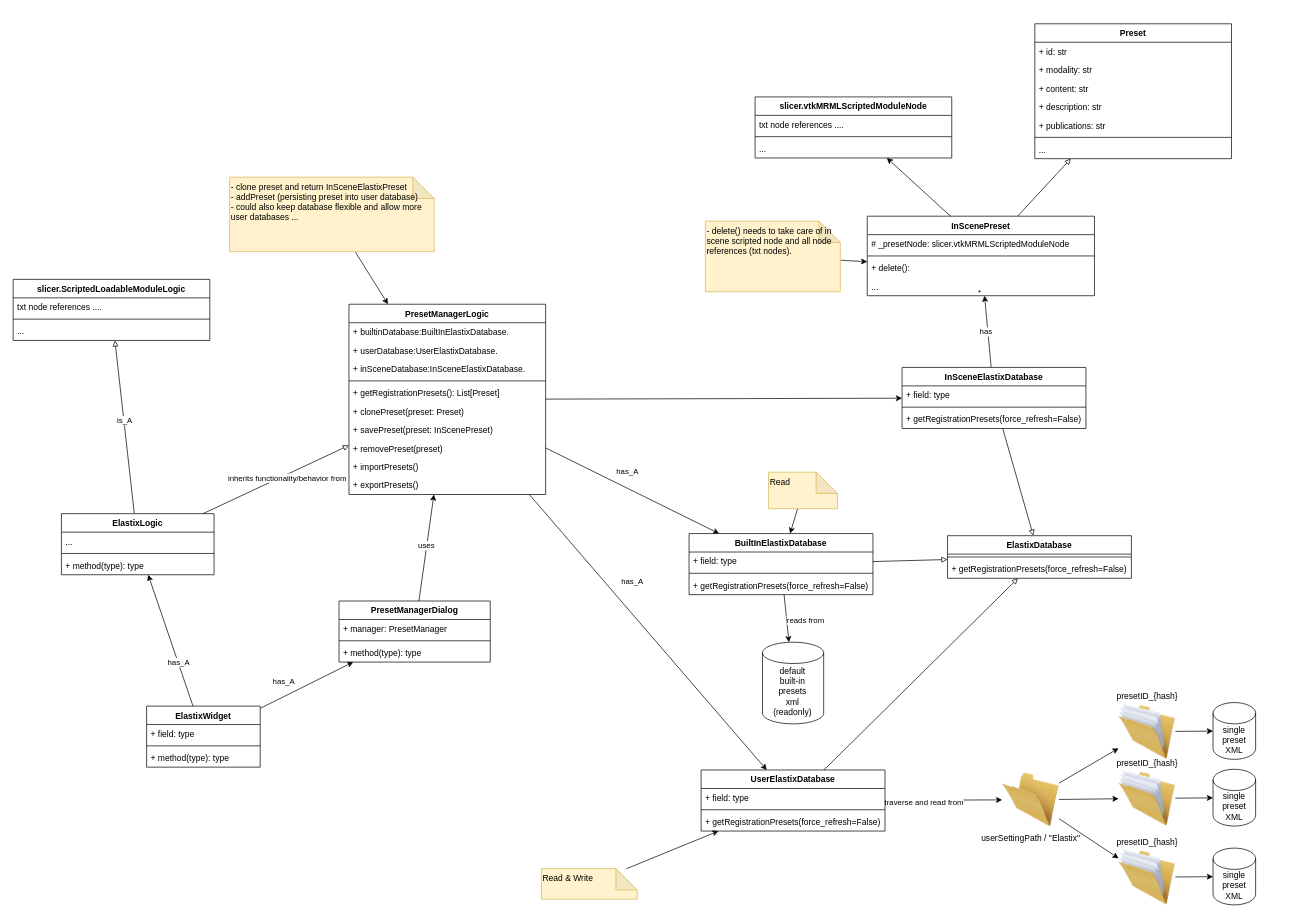
Above: Doc/SlicerElastix.drawio in che85/SlicerElastix (draw.io), before the change. Source tidied: cells renumbered, new cells numbered last; positions are measured from the earlier drawing's top-left corner, leaving out a move shared by most shapes. Both pictures are drawn from the tidied source at 71%, with x=0, y=0 at pixel (13, 23).
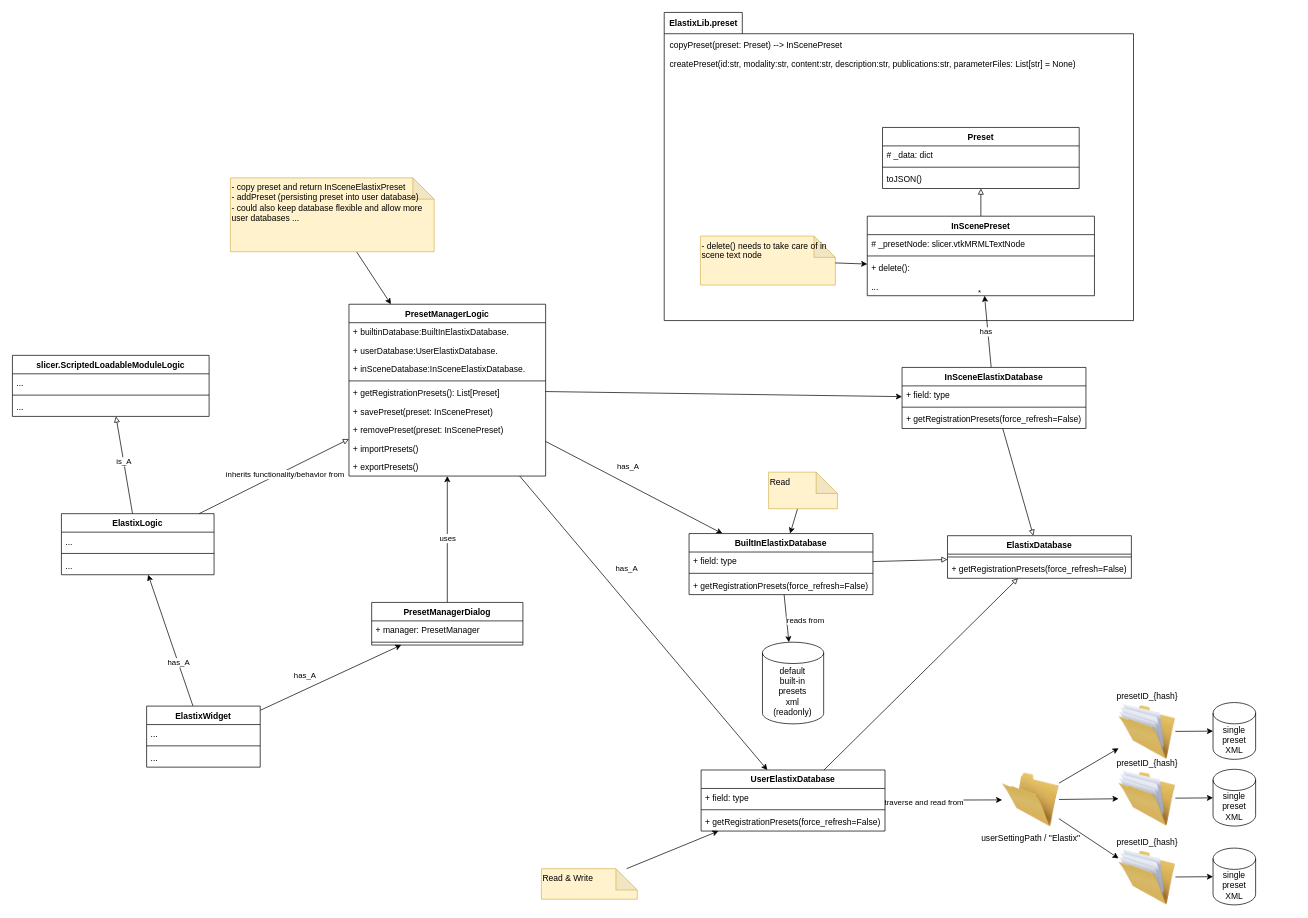
The same page after the edit.

Commit message (it also covers changes not shown here):
ENH: refresh preset name if modality or content changed

The change refers to these unchanged cells:
```xml
<mxCell id="4" value="ElastixLogic" style="swimlane;fontStyle=1;align=center;verticalAlign=top;horizontal=1;startSize=26;" parent="1" vertex="1">
  <mxGeometry x="68" y="690" width="215" height="86" as="geometry" />
</mxCell>
<mxCell id="19" value="ElastixWidget" style="swimlane;fontStyle=1;align=center;verticalAlign=top;horizontal=1;startSize=26;" parent="1" vertex="1">
  <mxGeometry x="188" y="961" width="160" height="86" as="geometry" />
</mxCell>
<mxCell id="94" value="InScenePreset" style="swimlane;fontStyle=1;align=center;verticalAlign=top;horizontal=1;startSize=26;" parent="1" vertex="1">
  <mxGeometry x="1203" y="271" width="320" height="112" as="geometry" />
</mxCell>
```

Diff of the diagram source:
```diff
@@
+    <mxCell id="113" value="ElastixLib.preset" style="shape=folder;fontStyle=1;tabWidth=110;tabHeight=30;tabPosition=left;html=1;boundedLbl=1;labelInHeader=1;" parent="1" vertex="1">
+      <mxGeometry x="917" y="-16" width="661" height="434" as="geometry" />
+    </mxCell>
+    <mxCell id="114" style="html=1;strokeColor=none;fillColor=none;align=left;verticalAlign=top;" parent="113" vertex="1">
+      <mxGeometry width="661" height="303.8" relative="1" as="geometry">
+        <mxPoint y="30" as="offset" />
+      </mxGeometry>
+    </mxCell>
+    <mxCell id="70" value="copyPreset(preset: Preset) --&gt; InScenePreset" style="text;strokeColor=none;fillColor=none;align=left;verticalAlign=top;spacingLeft=4;spacingRight=4;overflow=hidden;" parent="113" vertex="1">
+      <mxGeometry x="2" y="33" width="277" height="26" as="geometry" />
+    </mxCell>
+    <mxCell id="104" value="&lt;div style=&quot;&quot;&gt;- delete() needs to take care of in scene text node&lt;/div&gt;" style="shape=note;whiteSpace=wrap;html=1;backgroundOutline=1;darkOpacity=0.05;align=left;labelPosition=center;verticalLabelPosition=middle;verticalAlign=top;fillColor=#fff2cc;strokeColor=#d6b656;" parent="113" vertex="1">
+      <mxGeometry x="51" y="315" width="190" height="69" as="geometry" />
+    </mxCell>
+    <mxCell id="115" value="createPreset(id:str, modality:str, content:str, description:str, publications:str, parameterFiles: List[str] = None)" style="text;strokeColor=none;fillColor=none;align=left;verticalAlign=top;spacingLeft=4;spacingRight=4;overflow=hidden;" parent="113" vertex="1">
+      <mxGeometry x="2" y="59" width="592" height="26" as="geometry" />
+    </mxCell>
+    <mxCell id="84" value="Preset" style="swimlane;fontStyle=1;align=center;verticalAlign=top;horizontal=1;startSize=26;" parent="113" vertex="1">
+      <mxGeometry x="307.5" y="162" width="277" height="86" as="geometry" />
+    </mxCell>
+    <mxCell id="89" value="# _data: dict" style="text;strokeColor=none;fillColor=none;align=left;verticalAlign=top;spacingLeft=4;spacingRight=4;overflow=hidden;" parent="84" vertex="1">
+      <mxGeometry y="26" width="277" height="26" as="geometry" />
+    </mxCell>
+    <mxCell id="90" style="line;strokeWidth=1;fillColor=none;align=left;verticalAlign=middle;spacingTop=-1;spacingLeft=3;spacingRight=3;labelPosition=right;strokeColor=inherit;" parent="84" vertex="1">
+      <mxGeometry y="52" width="277" height="8" as="geometry" />
+    </mxCell>
+    <mxCell id="91" value="toJSON()" style="text;strokeColor=none;fillColor=none;align=left;verticalAlign=top;spacingLeft=4;spacingRight=4;overflow=hidden;" parent="84" vertex="1">
+      <mxGeometry y="60" width="277" height="26" as="geometry" />
+    </mxCell>
@@
-    <mxCell id="7" value="+ method(type): type" style="text;strokeColor=none;fillColor=none;align=left;verticalAlign=top;spacingLeft=4;spacingRight=4;overflow=hidden;" parent="4" vertex="1">
+    <mxCell id="7" value="..." style="text;strokeColor=none;fillColor=none;align=left;verticalAlign=top;spacingLeft=4;spacingRight=4;overflow=hidden;" parent="4" vertex="1">
       <mxGeometry y="60" width="215" height="26" as="geometry" />
     </mxCell>
@@
-    <mxCell id="20" value="+ field: type" style="text;strokeColor=none;fillColor=none;align=left;verticalAlign=top;spacingLeft=4;spacingRight=4;overflow=hidden;" parent="19" vertex="1">
+    <mxCell id="20" value="..." style="text;strokeColor=none;fillColor=none;align=left;verticalAlign=top;spacingLeft=4;spacingRight=4;overflow=hidden;" parent="19" vertex="1">
       <mxGeometry y="26" width="160" height="26" as="geometry" />
     </mxCell>
@@
-    <mxCell id="22" value="+ method(type): type" style="text;strokeColor=none;fillColor=none;align=left;verticalAlign=top;spacingLeft=4;spacingRight=4;overflow=hidden;" parent="19" vertex="1">
+    <mxCell id="22" value="..." style="text;strokeColor=none;fillColor=none;align=left;verticalAlign=top;spacingLeft=4;spacingRight=4;overflow=hidden;" parent="19" vertex="1">
       <mxGeometry y="60" width="160" height="26" as="geometry" />
     </mxCell>
@@
     <mxCell id="27" value="PresetManagerDialog" style="swimlane;fontStyle=1;align=center;verticalAlign=top;horizontal=1;startSize=26;" parent="1" vertex="1">
-      <mxGeometry x="459" y="813" width="213" height="86" as="geometry" />
+      <mxGeometry x="505" y="815" width="213" height="60" as="geometry" />
     </mxCell>
@@
-    <mxCell id="30" value="+ method(type): type" style="text;strokeColor=none;fillColor=none;align=left;verticalAlign=top;spacingLeft=4;spacingRight=4;overflow=hidden;" parent="27" vertex="1">
-      <mxGeometry y="60" width="213" height="26" as="geometry" />
-    </mxCell>
@@
     <mxCell id="64" value="PresetManagerLogic" style="swimlane;fontStyle=1;align=center;verticalAlign=top;horizontal=1;startSize=26;" parent="1" vertex="1">
-      <mxGeometry x="473" y="395" width="277" height="268" as="geometry" />
+      <mxGeometry x="473" y="395" width="277" height="242" as="geometry" />
     </mxCell>
@@
-    <mxCell id="70" value="+ clonePreset(preset: Preset)" style="text;strokeColor=none;fillColor=none;align=left;verticalAlign=top;spacingLeft=4;spacingRight=4;overflow=hidden;" parent="64" vertex="1">
-      <mxGeometry y="138" width="277" height="26" as="geometry" />
-    </mxCell>
     <mxCell id="71" value="+ savePreset(preset: InScenePreset)" style="text;strokeColor=none;fillColor=none;align=left;verticalAlign=top;spacingLeft=4;spacingRight=4;overflow=hidden;" parent="64" vertex="1">
-      <mxGeometry y="164" width="277" height="26" as="geometry" />
+      <mxGeometry y="138" width="277" height="26" as="geometry" />
     </mxCell>
-    <mxCell id="72" value="+ removePreset(preset)" style="text;strokeColor=none;fillColor=none;align=left;verticalAlign=top;spacingLeft=4;spacingRight=4;overflow=hidden;" parent="64" vertex="1">
-      <mxGeometry y="190" width="277" height="26" as="geometry" />
+    <mxCell id="72" value="+ removePreset(preset: InScenePreset)" style="text;strokeColor=none;fillColor=none;align=left;verticalAlign=top;spacingLeft=4;spacingRight=4;overflow=hidden;" parent="64" vertex="1">
+      <mxGeometry y="164" width="277" height="26" as="geometry" />
     </mxCell>
     <mxCell id="73" value="+ importPresets()" style="text;strokeColor=none;fillColor=none;align=left;verticalAlign=top;spacingLeft=4;spacingRight=4;overflow=hidden;" parent="64" vertex="1">
-      <mxGeometry y="216" width="277" height="26" as="geometry" />
+      <mxGeometry y="190" width="277" height="26" as="geometry" />
     </mxCell>
     <mxCell id="74" value="+ exportPresets()" style="text;strokeColor=none;fillColor=none;align=left;verticalAlign=top;spacingLeft=4;spacingRight=4;overflow=hidden;" parent="64" vertex="1">
-      <mxGeometry y="242" width="277" height="26" as="geometry" />
+      <mxGeometry y="216" width="277" height="26" as="geometry" />
     </mxCell>
@@
-    <mxCell id="83" value="&lt;div style=&quot;&quot;&gt;- clone preset and return InSceneElastixPreset&lt;/div&gt;&lt;div style=&quot;&quot;&gt;- addPreset (persisting preset into user database)&lt;/div&gt;&lt;div style=&quot;&quot;&gt;- could also keep database flexible and allow more user databases ...&lt;/div&gt;" style="shape=note;whiteSpace=wrap;html=1;backgroundOutline=1;darkOpacity=0.05;align=left;labelPosition=center;verticalLabelPosition=middle;verticalAlign=top;fillColor=#fff2cc;strokeColor=#d6b656;" parent="1" vertex="1">
-      <mxGeometry x="305" y="216" width="288" height="105" as="geometry" />
+    <mxCell id="83" value="&lt;div style=&quot;&quot;&gt;- copy preset and return InSceneElastixPreset&lt;/div&gt;&lt;div style=&quot;&quot;&gt;- addPreset (persisting preset into user database)&lt;/div&gt;&lt;div style=&quot;&quot;&gt;- could also keep database flexible and allow more user databases ...&lt;/div&gt;" style="shape=note;whiteSpace=wrap;html=1;backgroundOutline=1;darkOpacity=0.05;align=left;labelPosition=center;verticalLabelPosition=middle;verticalAlign=top;fillColor=#fff2cc;strokeColor=#d6b656;" parent="1" vertex="1">
+      <mxGeometry x="306" y="217" width="287" height="104" as="geometry" />
     </mxCell>
-    <mxCell id="84" value="Preset" style="swimlane;fontStyle=1;align=center;verticalAlign=top;horizontal=1;startSize=26;" parent="1" vertex="1">
-      <mxGeometry x="1439" width="277" height="190" as="geometry" />
-    </mxCell>
-    <mxCell id="85" value="+ id: str" style="text;strokeColor=none;fillColor=none;align=left;verticalAlign=top;spacingLeft=4;spacingRight=4;overflow=hidden;" parent="84" vertex="1">
-      <mxGeometry y="26" width="277" height="26" as="geometry" />
-    </mxCell>
-    <mxCell id="86" value="+ modality: str" style="text;strokeColor=none;fillColor=none;align=left;verticalAlign=top;spacingLeft=4;spacingRight=4;overflow=hidden;" parent="84" vertex="1">
-      <mxGeometry y="52" width="277" height="26" as="geometry" />
-    </mxCell>
-    <mxCell id="87" value="+ content: str" style="text;strokeColor=none;fillColor=none;align=left;verticalAlign=top;spacingLeft=4;spacingRight=4;overflow=hidden;" parent="84" vertex="1">
-      <mxGeometry y="78" width="277" height="26" as="geometry" />
-    </mxCell>
-    <mxCell id="88" value="+ description: str" style="text;strokeColor=none;fillColor=none;align=left;verticalAlign=top;spacingLeft=4;spacingRight=4;overflow=hidden;" parent="84" vertex="1">
-      <mxGeometry y="104" width="277" height="26" as="geometry" />
-    </mxCell>
-    <mxCell id="89" value="+ publications: str" style="text;strokeColor=none;fillColor=none;align=left;verticalAlign=top;spacingLeft=4;spacingRight=4;overflow=hidden;" parent="84" vertex="1">
-      <mxGeometry y="130" width="277" height="26" as="geometry" />
-    </mxCell>
-    <mxCell id="90" style="line;strokeWidth=1;fillColor=none;align=left;verticalAlign=middle;spacingTop=-1;spacingLeft=3;spacingRight=3;labelPosition=right;strokeColor=inherit;" parent="84" vertex="1">
-      <mxGeometry y="156" width="277" height="8" as="geometry" />
-    </mxCell>
-    <mxCell id="91" value="..." style="text;strokeColor=none;fillColor=none;align=left;verticalAlign=top;spacingLeft=4;spacingRight=4;overflow=hidden;" parent="84" vertex="1">
-      <mxGeometry y="164" width="277" height="26" as="geometry" />
-    </mxCell>
@@
-    <mxCell id="93" style="edgeStyle=none;html=1;endArrow=classic;endFill=1;" parent="1" edge="1" source="95" target="99">
-      <mxGeometry relative="1" as="geometry" />
-    </mxCell>
@@
-    <mxCell id="95" value="# _presetNode: slicer.vtkMRMLScriptedModuleNode&#10;&#10;" style="text;strokeColor=none;fillColor=none;align=left;verticalAlign=top;spacingLeft=4;spacingRight=4;overflow=hidden;points=[[0,0.5],[1,0.5]];portConstraint=eastwest;" parent="94" vertex="1">
+    <mxCell id="95" value="# _presetNode: slicer.vtkMRMLTextNode&#10;&#10;" style="text;strokeColor=none;fillColor=none;align=left;verticalAlign=top;spacingLeft=4;spacingRight=4;overflow=hidden;points=[[0,0.5],[1,0.5]];portConstraint=eastwest;" parent="94" vertex="1">
       <mxGeometry y="26" width="320" height="26" as="geometry" />
     </mxCell>
@@
-    <mxCell id="99" value="slicer.vtkMRMLScriptedModuleNode&#10;" style="swimlane;fontStyle=1;align=center;verticalAlign=top;horizontal=1;startSize=26;" parent="1" vertex="1">
-      <mxGeometry x="1045" y="103" width="277" height="86" as="geometry" />
-    </mxCell>
-    <mxCell id="100" value="txt node references ...." style="text;strokeColor=none;fillColor=none;align=left;verticalAlign=top;spacingLeft=4;spacingRight=4;overflow=hidden;" parent="99" vertex="1">
-      <mxGeometry y="26" width="277" height="26" as="geometry" />
-    </mxCell>
-    <mxCell id="101" style="line;strokeWidth=1;fillColor=none;align=left;verticalAlign=middle;spacingTop=-1;spacingLeft=3;spacingRight=3;labelPosition=right;strokeColor=inherit;" parent="99" vertex="1">
-      <mxGeometry y="52" width="277" height="8" as="geometry" />
-    </mxCell>
-    <mxCell id="102" value="..." style="text;strokeColor=none;fillColor=none;align=left;verticalAlign=top;spacingLeft=4;spacingRight=4;overflow=hidden;" parent="99" vertex="1">
-      <mxGeometry y="60" width="277" height="26" as="geometry" />
-    </mxCell>
@@
-    <mxCell id="104" value="&lt;div style=&quot;&quot;&gt;- delete() needs to take care of in scene scripted node and all node references (txt nodes).&lt;/div&gt;" style="shape=note;whiteSpace=wrap;html=1;backgroundOutline=1;darkOpacity=0.05;align=left;labelPosition=center;verticalLabelPosition=middle;verticalAlign=top;fillColor=#fff2cc;strokeColor=#d6b656;" parent="1" vertex="1">
-      <mxGeometry x="975" y="278" width="190" height="99.5" as="geometry" />
-    </mxCell>
     <mxCell id="105" value="slicer.ScriptedLoadableModuleLogic&#10;" style="swimlane;fontStyle=1;align=center;verticalAlign=top;horizontal=1;startSize=26;" parent="1" vertex="1">
-      <mxGeometry y="360" width="277" height="86" as="geometry" />
+      <mxGeometry x="-1" y="467" width="277" height="86" as="geometry" />
     </mxCell>
-    <mxCell id="106" value="txt node references ...." style="text;strokeColor=none;fillColor=none;align=left;verticalAlign=top;spacingLeft=4;spacingRight=4;overflow=hidden;" parent="105" vertex="1">
+    <mxCell id="106" value="..." style="text;strokeColor=none;fillColor=none;align=left;verticalAlign=top;spacingLeft=4;spacingRight=4;overflow=hidden;" parent="105" vertex="1">
       <mxGeometry y="26" width="277" height="26" as="geometry" />
     </mxCell>
```
